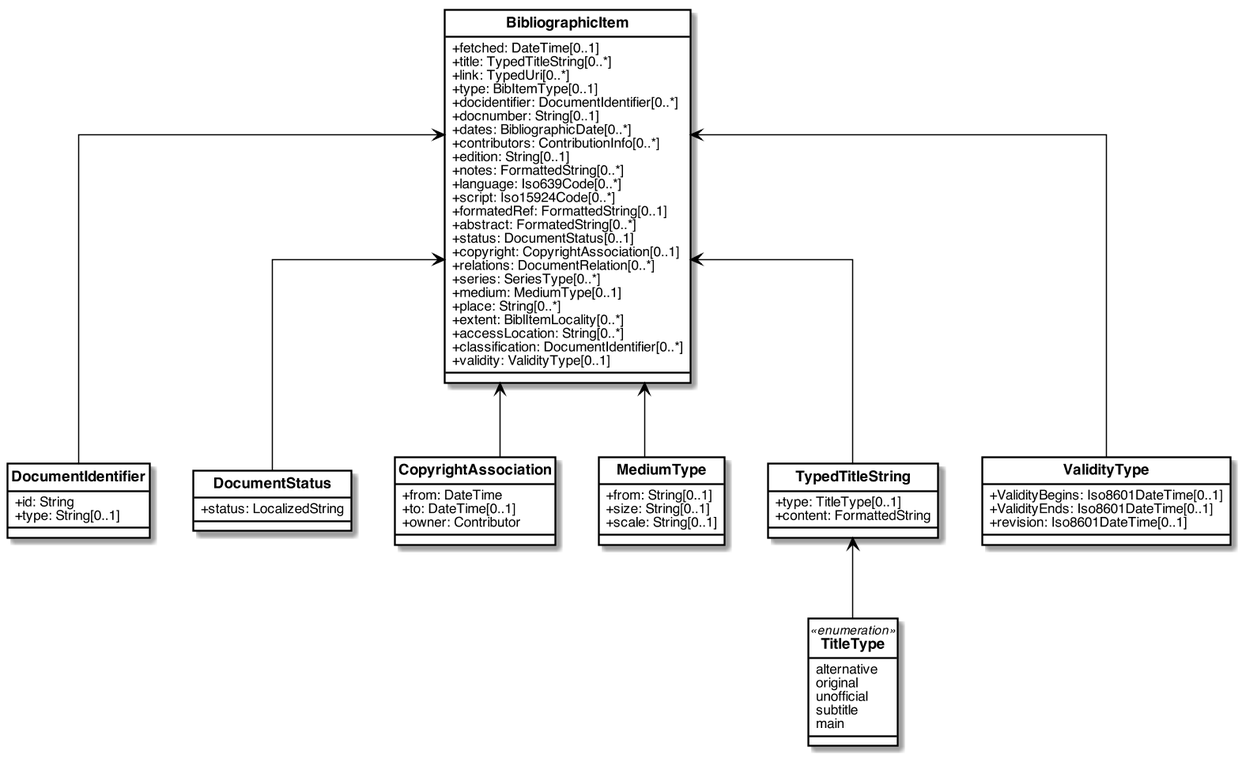
Earlier version of the PlantUML export images/RelBib_BibliographicItem.png (relaton/relaton-models). Source of this version:
```plantuml
@startuml RelBib_BibliographicItem


skinparam Dpi 150
skinparam Monochrome false
skinparam LineType ortho
hide circle
skinparam Default {
  TextAlignment center
  FontName Helvetica
}
skinparam Class {
  AttributeIconSize 0
  BackgroundColor White
  ArrowColor Black
  BorderColor Black
  FontStyle bold
  StereotypeFontSize 10
}
skinparam Rectangle {
  BackgroundColor White
  ArrowColor Black
  BorderColor Black
  FontStyle bold
  FontSize 11
  StereotypeFontSize 10
}
skinparam Object {
  BackgroundColor White
  ArrowColor Black
  BorderColor Black
  FontStyle bold
  FontSize 11
  StereotypeFontSize 10
}

skinparam Entity {
  StereotypeFontSize 10
}




class BibliographicItem {
    +fetched: DateTime[0..1]
    +title: TypedTitleString[0..*]
    +link: TypedUri[0..*]
    +type: BibItemType[0..1]
    +docidentifier: DocumentIdentifier[0..*]
    +docnumber: String[0..1]
    +dates: BibliographicDate[0..*]
    +contributors: ContributionInfo[0..*]
    +edition: String[0..1]
    +notes: FormattedString[0..*]
    +language: Iso639Code[0..*]
    +script: Iso15924Code[0..*]
    +formatedRef: FormattedString[0..1]
    +abstract: FormatedString[0..*]
    +status: DocumentStatus[0..1]
    +copyright: CopyrightAssociation[0..1]
    +relations: DocumentRelation[0..*]
    +series: SeriesType[0..*]
    +medium: MediumType[0..1]
    +place: String[0..*]
    +extent: BiblItemLocality[0..*]
    +accessLocation: String[0..*]
    +classification: DocumentIdentifier[0..*]
    +validity: ValidityType[0..1]
}

class DocumentIdentifier{
    +id: String
    +type: String[0..1]
}

class DocumentStatus{
    +status: LocalizedString
}

class CopyrightAssociation{
    +from: DateTime
    +to: DateTime[0..1]
    +owner: Contributor
}

class MediumType{
    +from: String[0..1]
    +size: String[0..1]
    +scale: String[0..1]
}

class TypedTitleString{
    +type: TitleType[0..1]
    +content: FormattedString
}

class ValidityType{
    +ValidityBegins: Iso8601DateTime[0..1]
    +ValidityEnds: Iso8601DateTime[0..1]
    +revision: Iso8601DateTime[0..1]
}

enum TitleType <<enumeration>>{
    alternative
    original
    unofficial
    subtitle
    main
}




BibliographicItem <-- DocumentIdentifier
BibliographicItem <-- DocumentStatus
BibliographicItem <-- CopyrightAssociation
BibliographicItem <-- MediumType
BibliographicItem <-- TypedTitleString
BibliographicItem <-- ValidityType

TypedTitleString <-- TitleType

@enduml
```
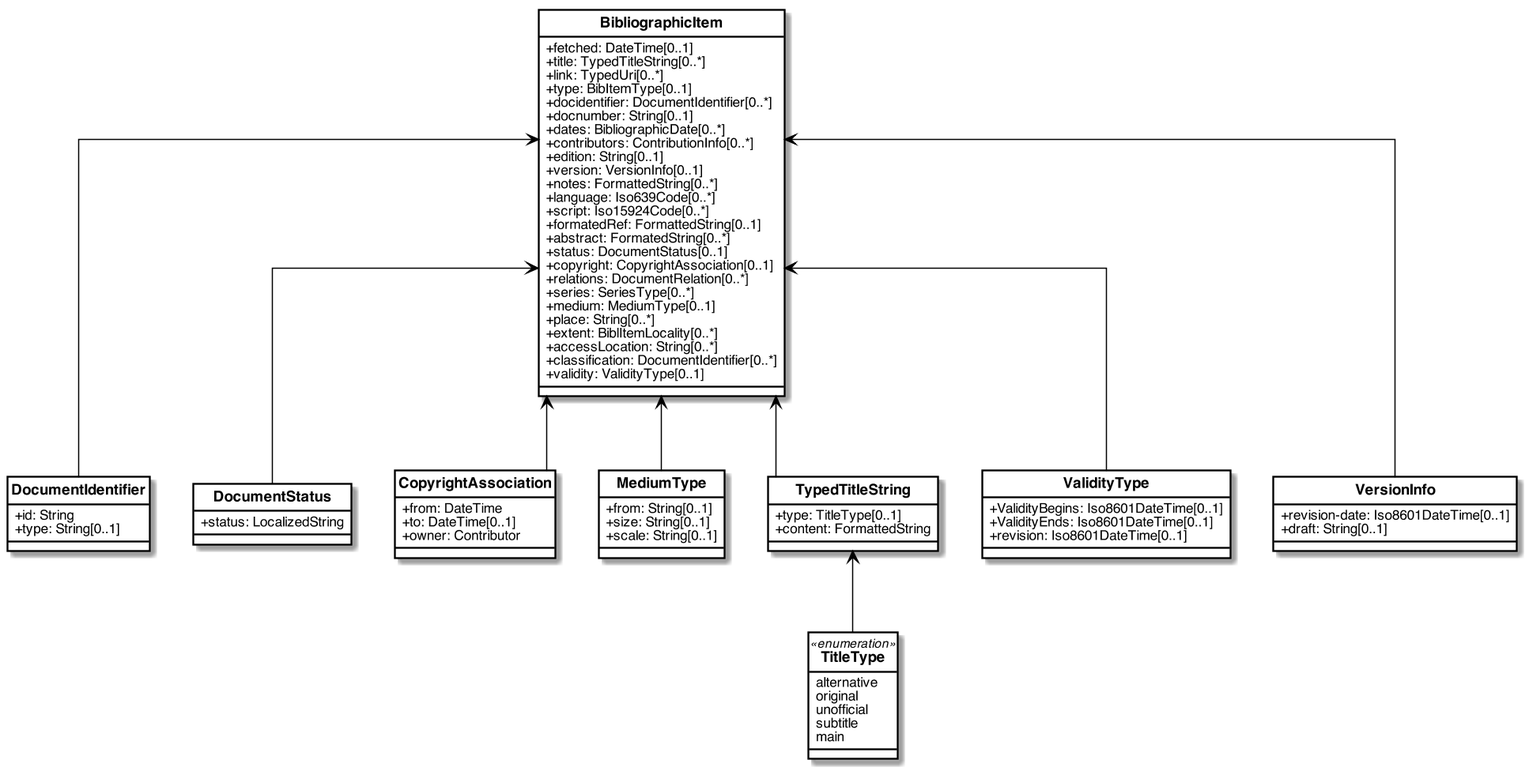
Above is the later version.

Diff of the diagram source:
```diff
@@ -51,6 +51,7 @@
     +dates: BibliographicDate[0..*]
     +contributors: ContributionInfo[0..*]
     +edition: String[0..1]
+    +version: VersionInfo[0..1]
     +notes: FormattedString[0..*]
     +language: Iso639Code[0..*]
     +script: Iso15924Code[0..*]
@@ -108,6 +109,11 @@
     main
 }
 
+class VersionInfo{
+    +revision-date: Iso8601DateTime[0..1]
+    +draft: String[0..1]
+}
+
 
 
 
@@ -117,6 +123,7 @@
 BibliographicItem <-- MediumType
 BibliographicItem <-- TypedTitleString
 BibliographicItem <-- ValidityType
+BibliographicItem <-- VersionInfo
 
 TypedTitleString <-- TitleType
 
```
